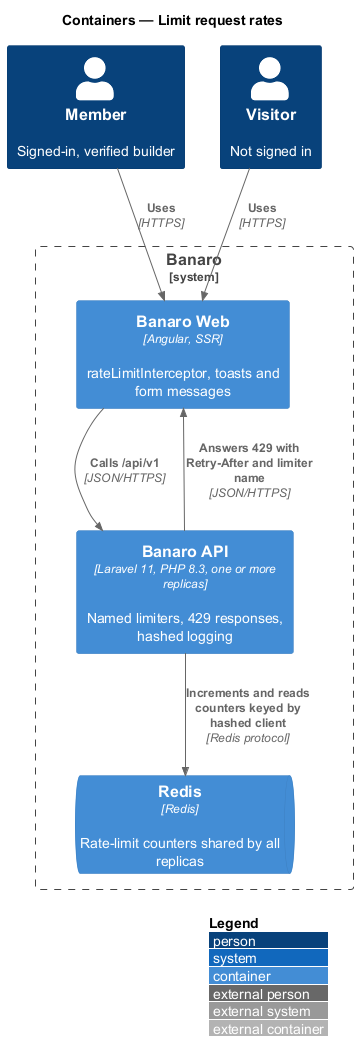
Before: docs/detailed-designs/security/limit-request-rates/diagrams/c4-container.png, a diagram exported from PlantUML (QuinntyneBrown/banaro). Its diagram source:
```plantuml
@startuml
!include <C4/C4_Container>
LAYOUT_WITH_LEGEND()
title Containers — Limit request rates

Person(member, "Member", "Signed-in, verified builder")
Person(visitor, "Visitor", "Not signed in")

System_Boundary(banaro, "Banaro") {
  Container(web, "Banaro Web", "Angular, SSR", "rateLimitInterceptor, toasts and form messages")
  Container(api, "Banaro API", "Laravel 11, PHP 8.3, one or more replicas", "Named limiters, 429 responses, hashed logging")
  ContainerQueue(redis, "Redis", "Redis", "Rate-limit counters shared by all replicas")
}

Rel(member, web, "Uses", "HTTPS")
Rel(visitor, web, "Uses", "HTTPS")
Rel(web, api, "Calls /api/v1", "JSON/HTTPS")
Rel(api, redis, "Increments and reads counters keyed by hashed client", "Redis protocol")
Rel(api, web, "Answers 429 with Retry-After and limiter name", "JSON/HTTPS")
@enduml
```
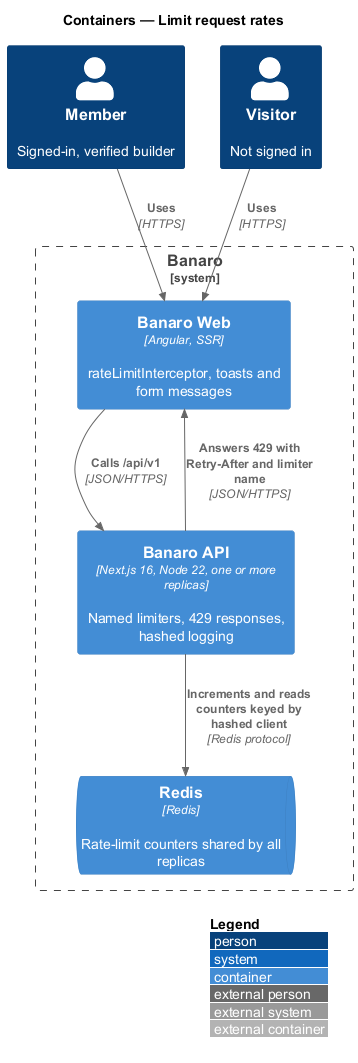
The same file after the commit.

Diff of the diagram source:
```diff
@@ -8,7 +8,7 @@
 
 System_Boundary(banaro, "Banaro") {
   Container(web, "Banaro Web", "Angular, SSR", "rateLimitInterceptor, toasts and form messages")
-  Container(api, "Banaro API", "Laravel 11, PHP 8.3, one or more replicas", "Named limiters, 429 responses, hashed logging")
+  Container(api, "Banaro API", "Next.js 16, Node 22, one or more replicas", "Named limiters, 429 responses, hashed logging")
   ContainerQueue(redis, "Redis", "Redis", "Rate-limit counters shared by all replicas")
 }
 
```
